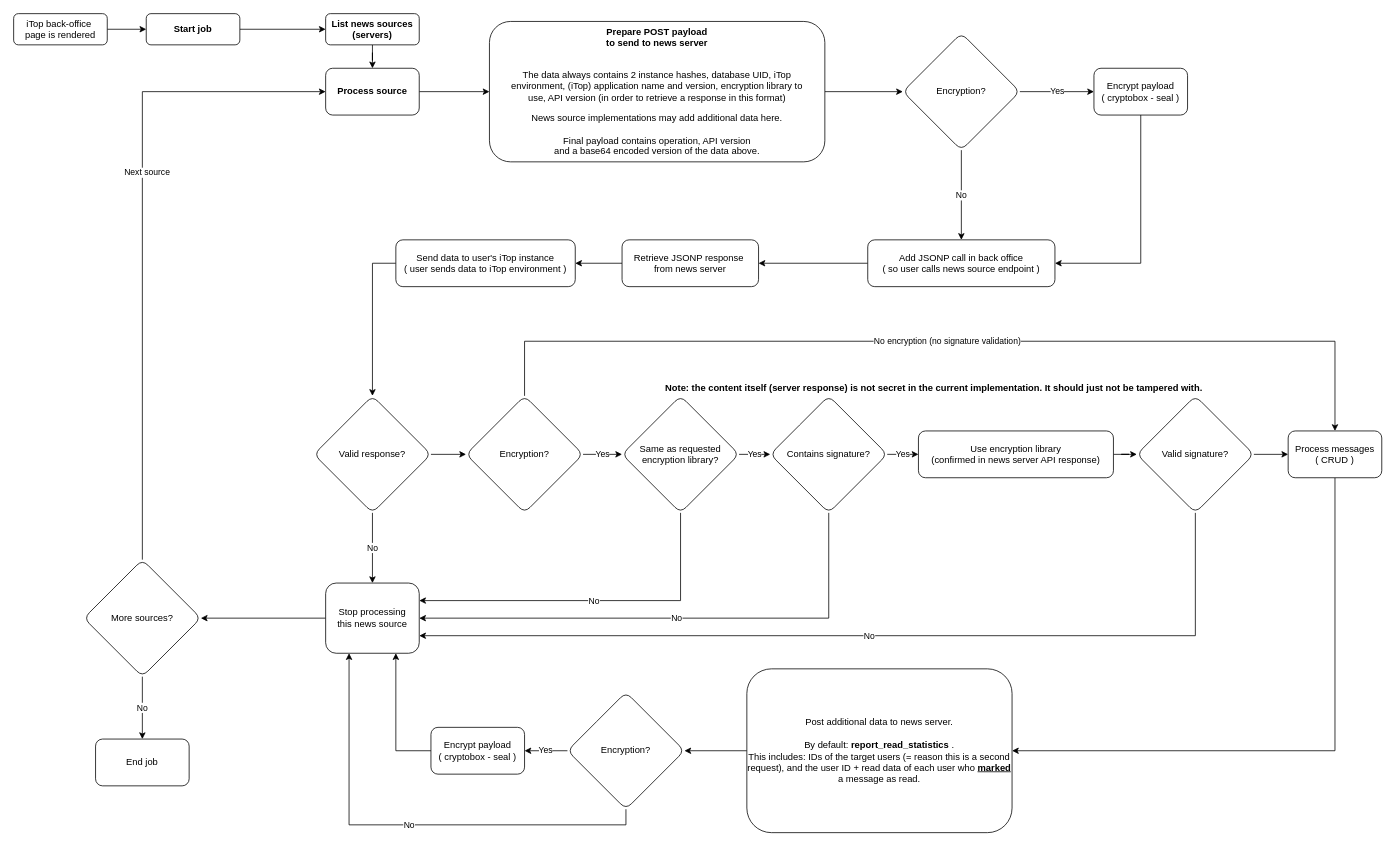
This is page "MITM" (3 of 3) of documentation/Diagram - background process.drawio from jbostoen/itop-jb-news, a draw.io file, before an edit. Source tidied: cells renumbered, new cells numbered last; positions are measured from the earlier drawing's top-left corner, leaving out a move shared by most shapes. Both pictures are drawn from the tidied source at 78%, with x=0, y=0 at pixel (13, 13).
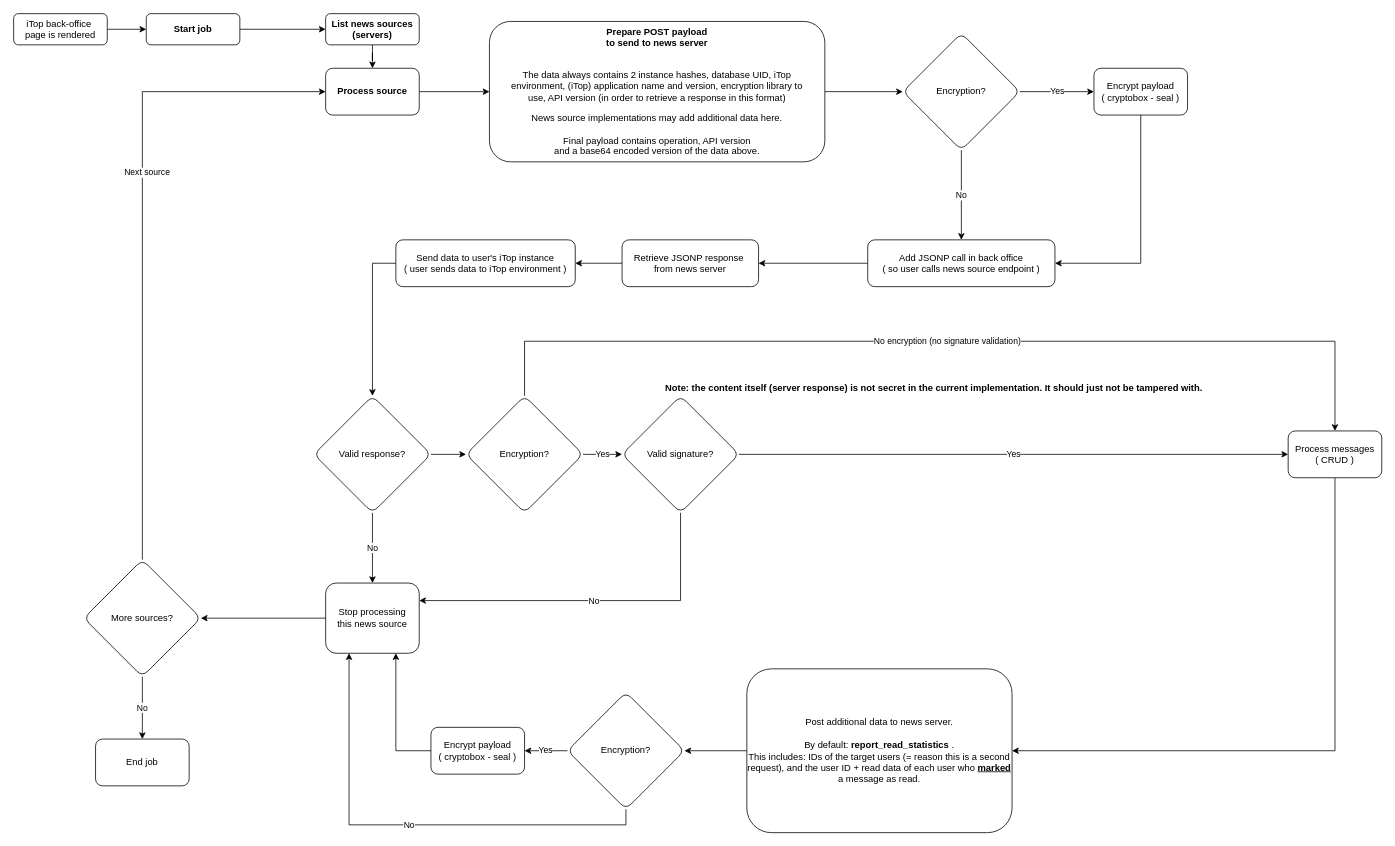
The same page after the edit.

The change refers to these unchanged cells:
```xml
<mxCell id="17" value="Stop processing&lt;br&gt;this news source" style="whiteSpace=wrap;html=1;rounded=1;glass=0;strokeWidth=1;shadow=0;" parent="1" vertex="1">
  <mxGeometry x="400" y="730" width="120" height="90" as="geometry" />
</mxCell>
<mxCell id="31" value="Process messages&lt;br&gt;( CRUD )" style="whiteSpace=wrap;html=1;rounded=1;glass=0;strokeWidth=1;shadow=0;" parent="1" vertex="1">
  <mxGeometry x="1634" y="535" width="120" height="60" as="geometry" />
</mxCell>
```

The edit, as a diff of the source:
```diff
@@
-    <mxCell id="18" style="edgeStyle=orthogonalEdgeStyle;rounded=0;jettySize=auto;html=1;" parent="1" edge="1" source="19" target="28">
-      <mxGeometry relative="1" as="geometry" />
-    </mxCell>
-    <mxCell id="19" value="Use encryption library &lt;br&gt;(confirmed in news server API response)" style="whiteSpace=wrap;html=1;rounded=1;glass=0;strokeWidth=1;shadow=0;" parent="1" vertex="1">
-      <mxGeometry x="1160" y="535" width="250" height="60" as="geometry" />
-    </mxCell>
-    <mxCell id="20" value="Yes" style="edgeStyle=orthogonalEdgeStyle;rounded=0;jettySize=auto;html=1;" parent="1" edge="1" source="22" target="25">
+    <mxCell id="20" value="Yes" style="edgeStyle=orthogonalEdgeStyle;rounded=0;jettySize=auto;html=1;entryX=0;entryY=0.5;entryDx=0;entryDy=0;" parent="1" edge="1" source="22" target="31">
       <mxGeometry relative="1" as="geometry" />
     </mxCell>
@@
-    <mxCell id="22" value="Same as requested encryption library?" style="rhombus;whiteSpace=wrap;html=1;rounded=1;glass=0;strokeWidth=1;shadow=0;" parent="1" vertex="1">
+    <mxCell id="22" value="Valid signature?" style="rhombus;whiteSpace=wrap;html=1;rounded=1;glass=0;strokeWidth=1;shadow=0;" parent="1" vertex="1">
       <mxGeometry x="780" y="490" width="150" height="150" as="geometry" />
     </mxCell>
-    <mxCell id="23" value="Yes" style="edgeStyle=orthogonalEdgeStyle;rounded=0;jettySize=auto;html=1;" parent="1" edge="1" source="25" target="19">
-      <mxGeometry relative="1" as="geometry" />
-    </mxCell>
-    <mxCell id="24" value="No" style="edgeStyle=orthogonalEdgeStyle;rounded=0;jettySize=auto;html=1;exitX=0.5;exitY=1;exitDx=0;exitDy=0;entryX=1;entryY=0.5;entryDx=0;entryDy=0;" parent="1" edge="1" source="25" target="17">
-      <mxGeometry relative="1" as="geometry" />
-    </mxCell>
-    <mxCell id="25" value="Contains signature?" style="rhombus;whiteSpace=wrap;html=1;rounded=1;glass=0;strokeWidth=1;shadow=0;" parent="1" vertex="1">
-      <mxGeometry x="970" y="490" width="150" height="150" as="geometry" />
-    </mxCell>
-    <mxCell id="26" value="No" style="edgeStyle=orthogonalEdgeStyle;rounded=0;jettySize=auto;html=1;exitX=0.5;exitY=1;exitDx=0;exitDy=0;entryX=1;entryY=0.75;entryDx=0;entryDy=0;" parent="1" edge="1" source="28" target="17">
-      <mxGeometry relative="1" as="geometry" />
-    </mxCell>
-    <mxCell id="27" style="edgeStyle=orthogonalEdgeStyle;rounded=0;jettySize=auto;html=1;" parent="1" edge="1" source="28" target="31">
-      <mxGeometry relative="1" as="geometry" />
-    </mxCell>
-    <mxCell id="28" value="Valid signature?" style="rhombus;whiteSpace=wrap;html=1;rounded=1;glass=0;strokeWidth=1;shadow=0;" parent="1" vertex="1">
-      <mxGeometry x="1440" y="490" width="150" height="150" as="geometry" />
-    </mxCell>
```
